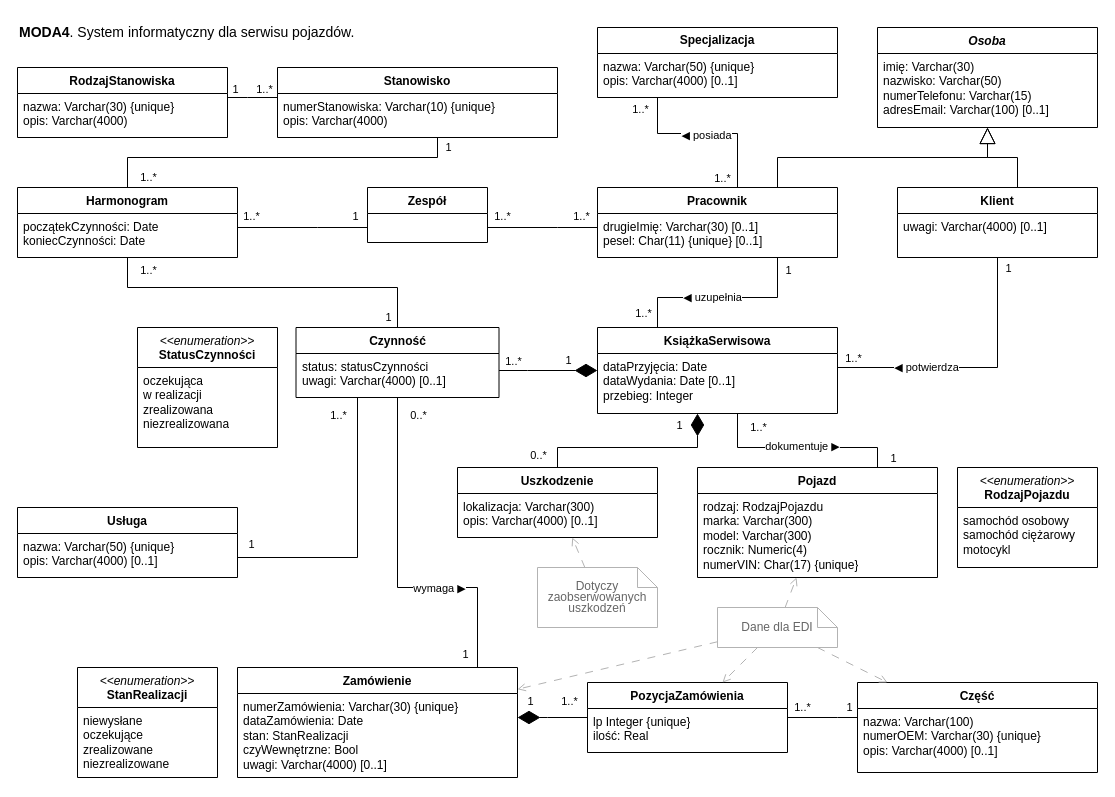
Above: moda_logiczny/drawio/MODA4_logiczny_p1.drawio in SSwiatlak/IT_SYSTEM_FOR_CAR_WORKSHOPS (draw.io), before the change. Source tidied: cells renumbered, new cells numbered last; positions are measured from the earlier drawing's top-left corner, leaving out a move shared by most shapes. Both pictures are drawn from the tidied source at 100%, with x=0, y=0 at pixel (17, 17).
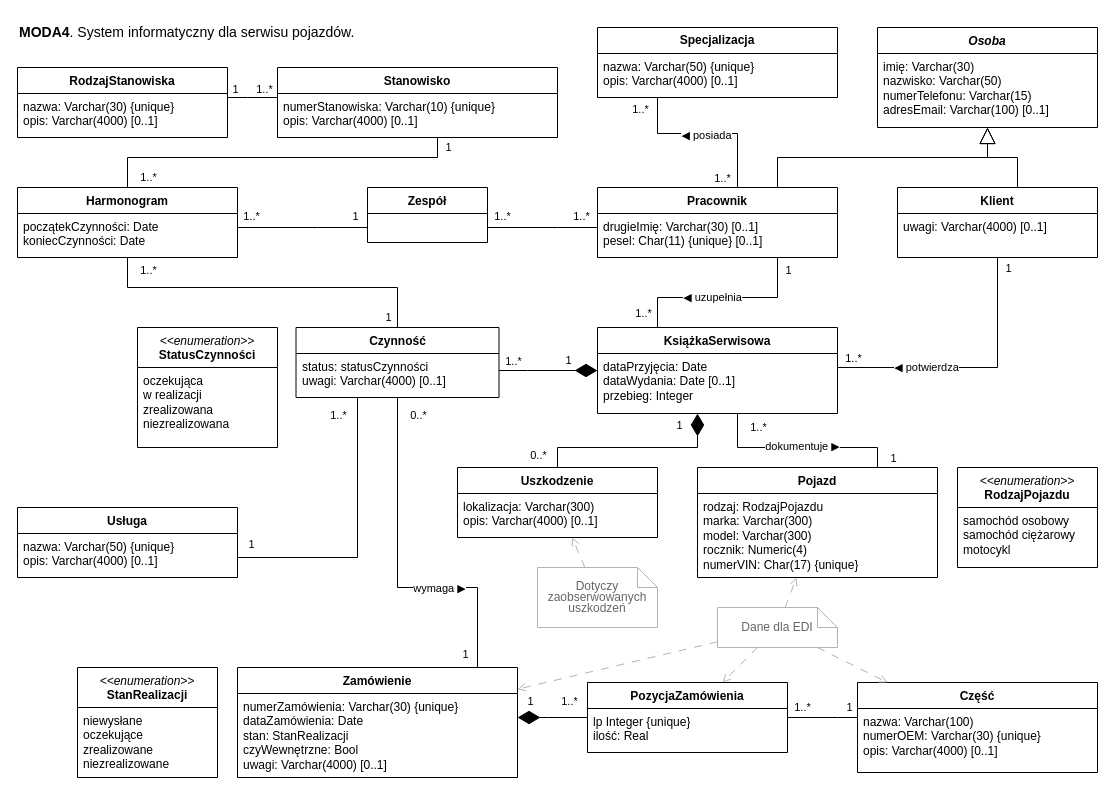
Above is the later version.

Commit message (it also covers changes not shown here):
Model logiczny: poprawki [_p1] (oznaczenia required/optional, typ char, długości, uwagi i inne, opcjonalność uwag)

The change refers to these unchanged cells:
```xml
<mxCell id="69" value="&lt;div&gt;RodzajStanowiska&lt;/div&gt;" style="swimlane;fontStyle=1;align=center;verticalAlign=top;horizontal=1;startSize=26;whiteSpace=wrap;html=1;" parent="1" vertex="1">
  <mxGeometry y="50" width="210" height="70" as="geometry" />
</mxCell>
<mxCell id="73" value="Stanowisko" style="swimlane;fontStyle=1;align=center;verticalAlign=top;horizontal=1;startSize=26;whiteSpace=wrap;html=1;" parent="1" vertex="1">
  <mxGeometry x="260" y="50" width="280" height="70" as="geometry" />
</mxCell>
```

What changed in the source:
```diff
@@
-    <mxCell id="70" value="&lt;span&gt;&lt;/span&gt;nazwa: Varchar(30) {unique}&lt;div&gt;opis: Varchar(4000)&lt;/div&gt;" style="text;strokeColor=none;fillColor=none;align=left;verticalAlign=top;spacingLeft=4;spacingRight=4;overflow=hidden;whiteSpace=wrap;html=1;" parent="69" vertex="1">
+    <mxCell id="70" value="&lt;span&gt;&lt;/span&gt;nazwa: Varchar(30) {unique}&lt;div&gt;opis: Varchar(4000) [0..1]&lt;/div&gt;" style="text;strokeColor=none;fillColor=none;align=left;verticalAlign=top;spacingLeft=4;spacingRight=4;overflow=hidden;whiteSpace=wrap;html=1;" parent="69" vertex="1">
       <mxGeometry y="26" width="210" height="44" as="geometry" />
     </mxCell>
@@
-    <mxCell id="74" value="numerStanowiska: Varchar(10) {unique}&lt;span&gt;&lt;/span&gt;&lt;div&gt;opis: Varchar(4000)&lt;/div&gt;" style="text;strokeColor=none;fillColor=none;align=left;verticalAlign=top;spacingLeft=4;spacingRight=4;overflow=hidden;whiteSpace=wrap;html=1;" parent="73" vertex="1">
+    <mxCell id="74" value="numerStanowiska: Varchar(10) {unique}&lt;span&gt;&lt;/span&gt;&lt;div&gt;opis: Varchar(4000)&lt;span style=&quot;background-color: initial;&quot;&gt;&amp;nbsp;&lt;/span&gt;&lt;span style=&quot;background-color: initial;&quot;&gt;[0..1]&lt;/span&gt;&lt;/div&gt;" style="text;strokeColor=none;fillColor=none;align=left;verticalAlign=top;spacingLeft=4;spacingRight=4;overflow=hidden;whiteSpace=wrap;html=1;" parent="73" vertex="1">
       <mxGeometry y="26" width="280" height="44" as="geometry" />
     </mxCell>
```
